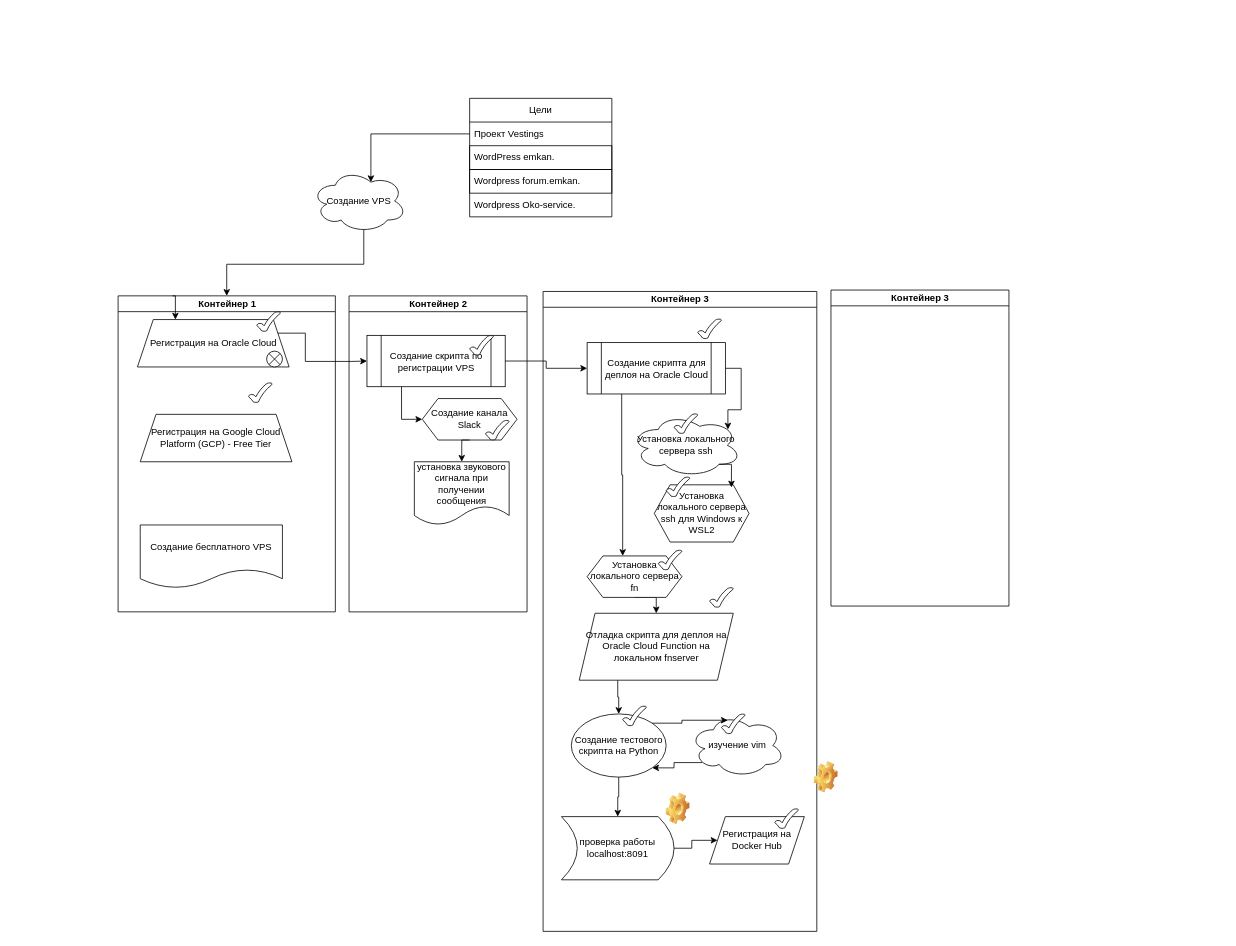
The draw.io diagram ЖИЦЗО_1.drawio in ElvenRivendil/Diagrams_blocks_algoritms, before the edit. Source tidied: cells renumbered, new cells numbered last; positions are measured from the earlier drawing's top-left corner, leaving out a move shared by most shapes. Both pictures are drawn from the tidied source at 79%, with x=0, y=0 at pixel (68, 98).
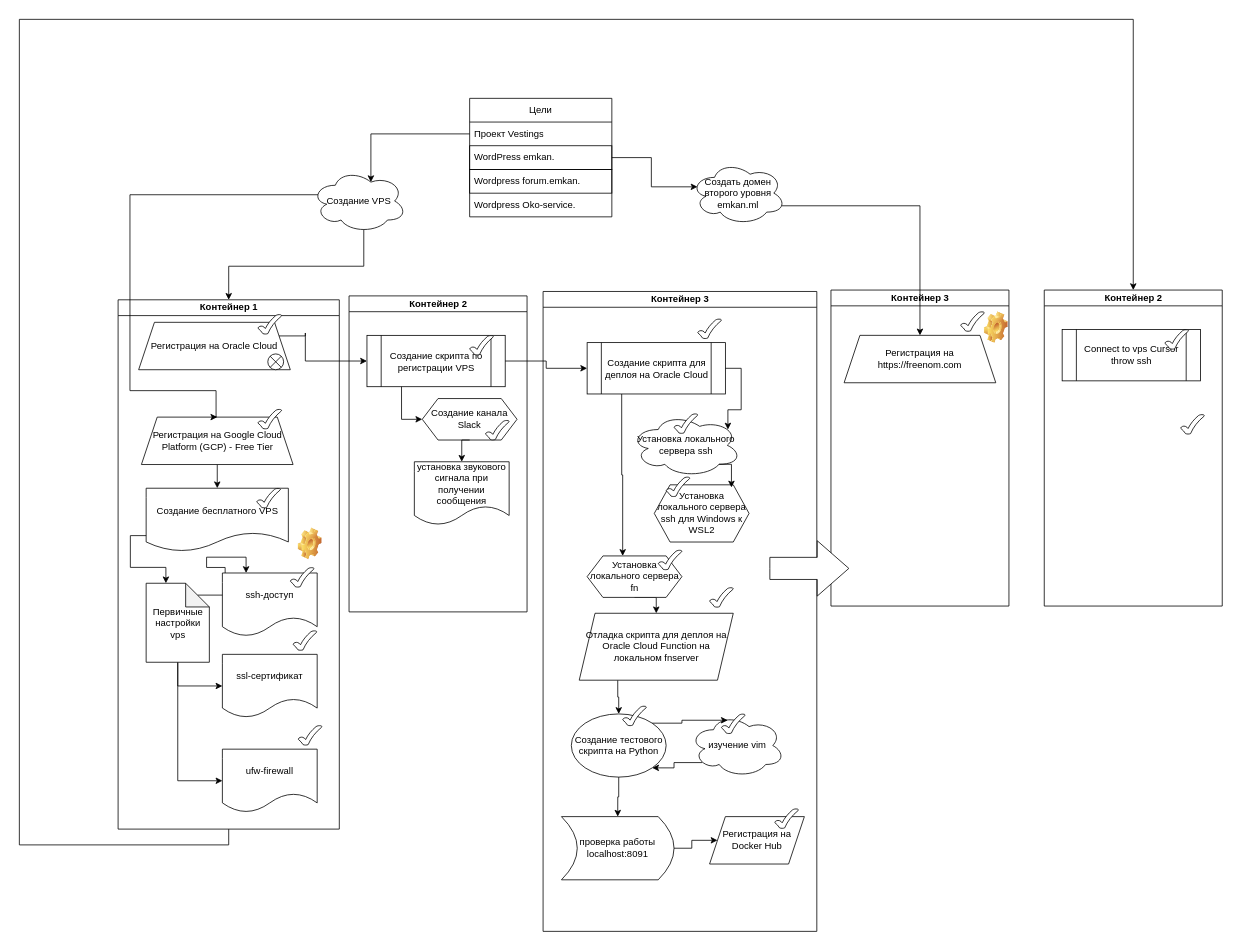
The same page after the edit.

Unchanged cells that the change refers to:
```xml
<mxCell id="19" value="Создание VPS" style="ellipse;shape=cloud;whiteSpace=wrap;html=1;" parent="1" vertex="1">
  <mxGeometry x="308" y="90" width="120" height="80" as="geometry" />
</mxCell>
<mxCell id="22" value="WordPress emkan." style="text;strokeColor=default;fillColor=none;align=left;verticalAlign=middle;spacingLeft=4;spacingRight=4;overflow=hidden;points=[[0,0.5],[1,0.5]];portConstraint=eastwest;whiteSpace=wrap;html=1;" parent="20" vertex="1">
  <mxGeometry y="60" width="180" height="30" as="geometry" />
</mxCell>
<mxCell id="27" value="&lt;div&gt;Контейнер 3&lt;/div&gt;" style="swimlane;html=1;startSize=20;horizontal=0;rotation=90;" parent="1" vertex="1">
  <mxGeometry x="369.2" y="476.2" width="810" height="346.5" as="geometry" />
</mxCell>
<mxCell id="56" value="&lt;div&gt;Контейнер 3&lt;/div&gt;" style="swimlane;html=1;startSize=20;horizontal=0;rotation=90;" parent="1" vertex="1">
  <mxGeometry x="878" y="330" width="400" height="225.3" as="geometry" />
</mxCell>
```

Change to the diagram source:
```diff
@@
+    <mxCell id="58" style="edgeStyle=orthogonalEdgeStyle;rounded=0;jettySize=auto;html=1;exitX=1;exitY=0.5;exitDx=0;exitDy=0;entryX=0;entryY=0.5;entryDx=0;entryDy=0;" parent="1" edge="1" source="2" target="78">
+      <mxGeometry relative="1" as="geometry">
+        <Array as="points">
+          <mxPoint x="203" y="945" />
+          <mxPoint x="-62" y="945" />
+          <mxPoint x="-62" y="-100" />
+          <mxPoint x="1348" y="-100" />
+        </Array>
+      </mxGeometry>
+    </mxCell>
     <mxCell id="2" value="Контейнер 1" style="swimlane;html=1;startSize=20;horizontal=0;rotation=90;flipV=0;flipH=0;" parent="1" vertex="1">
-      <mxGeometry x="0.5" y="312.5" width="400" height="275" as="geometry" />
+      <mxGeometry x="-132" y="450" width="670" height="280" as="geometry" />
     </mxCell>
     <mxCell id="3" value="Регистрация на Oracle Cloud" style="shape=trapezoid;perimeter=trapezoidPerimeter;whiteSpace=wrap;html=1;fixedSize=1;" parent="2" vertex="1">
-      <mxGeometry x="87" y="-32.5" width="192" height="60" as="geometry" />
+      <mxGeometry x="221" y="-166.5" width="192" height="60" as="geometry" />
     </mxCell>
     <mxCell id="4" style="verticalLabelPosition=bottom;verticalAlign=top;html=1;shape=mxgraph.basic.tick;" parent="2" vertex="1">
-      <mxGeometry x="238" y="-42.5" width="30" height="25" as="geometry" />
+      <mxGeometry x="372" y="-176.5" width="30" height="25" as="geometry" />
     </mxCell>
     <mxCell id="5" value="&lt;div&gt;Создание бесплатного VPS&lt;/div&gt;" style="shape=document;whiteSpace=wrap;html=1;boundedLbl=1;" parent="2" vertex="1">
-      <mxGeometry x="90.5" y="227.5" width="180" height="80" as="geometry" />
+      <mxGeometry x="230.5" y="43.5" width="180" height="80" as="geometry" />
     </mxCell>
-    <mxCell id="6" style="verticalLabelPosition=bottom;verticalAlign=top;html=1;shape=mxgraph.basic.tick;" parent="2" vertex="1">
-      <mxGeometry x="227.5" y="47.5" width="30" height="25" as="geometry" />
-    </mxCell>
-    <mxCell id="7" style="edgeStyle=orthogonalEdgeStyle;rounded=0;jettySize=auto;html=1;exitX=0;exitY=0.75;exitDx=0;exitDy=0;entryX=0.25;entryY=0;entryDx=0;entryDy=0;" parent="2" edge="1" source="2" target="3">
-      <mxGeometry relative="1" as="geometry" />
-    </mxCell>
+    <mxCell id="59" style="edgeStyle=orthogonalEdgeStyle;rounded=0;jettySize=auto;html=1;exitX=0.5;exitY=1;exitDx=0;exitDy=0;entryX=0.5;entryY=0;entryDx=0;entryDy=0;" parent="2" edge="1" source="8" target="5">
+      <mxGeometry relative="1" as="geometry" />
+    </mxCell>
     <mxCell id="8" value="Регистрация на Google Cloud Platform (GCP) - Free Tier" style="shape=trapezoid;perimeter=trapezoidPerimeter;whiteSpace=wrap;html=1;fixedSize=1;" parent="2" vertex="1">
-      <mxGeometry x="90.5" y="87.5" width="192" height="60" as="geometry" />
+      <mxGeometry x="224.5" y="-46.5" width="192" height="60" as="geometry" />
     </mxCell>
     <mxCell id="9" style="shape=sumEllipse;perimeter=ellipsePerimeter;whiteSpace=wrap;html=1;backgroundOutline=1;" parent="2" vertex="1">
-      <mxGeometry x="250.5" y="7.5" width="20" height="20" as="geometry" />
+      <mxGeometry x="384.5" y="-126.5" width="20" height="20" as="geometry" />
     </mxCell>
+    <mxCell id="6" style="verticalLabelPosition=bottom;verticalAlign=top;html=1;shape=mxgraph.basic.tick;" parent="2" vertex="1">
+      <mxGeometry x="372" y="-56.5" width="30" height="25" as="geometry" />
+    </mxCell>
+    <mxCell id="60" style="edgeStyle=orthogonalEdgeStyle;rounded=0;jettySize=auto;html=1;exitX=0;exitY=0;exitDx=65;exitDy=15;exitPerimeter=0;entryX=0.25;entryY=0;entryDx=0;entryDy=0;" parent="2" edge="1" source="63" target="64">
+      <mxGeometry relative="1" as="geometry" />
+    </mxCell>
+    <mxCell id="61" style="edgeStyle=orthogonalEdgeStyle;rounded=0;jettySize=auto;html=1;exitX=0.5;exitY=1;exitDx=0;exitDy=0;exitPerimeter=0;entryX=0;entryY=0.5;entryDx=0;entryDy=0;" parent="2" edge="1" source="63" target="65">
+      <mxGeometry relative="1" as="geometry" />
+    </mxCell>
+    <mxCell id="62" style="edgeStyle=orthogonalEdgeStyle;rounded=0;jettySize=auto;html=1;exitX=0.5;exitY=1;exitDx=0;exitDy=0;exitPerimeter=0;entryX=0;entryY=0.5;entryDx=0;entryDy=0;" parent="2" edge="1" source="63" target="66">
+      <mxGeometry relative="1" as="geometry" />
+    </mxCell>
+    <mxCell id="63" value="Первичные настройки vps" style="shape=note;whiteSpace=wrap;html=1;backgroundOutline=1;darkOpacity=0.05;" parent="2" vertex="1">
+      <mxGeometry x="230.5" y="163.8" width="80" height="100" as="geometry" />
+    </mxCell>
+    <mxCell id="64" value="ssh-доступ" style="shape=document;whiteSpace=wrap;html=1;boundedLbl=1;" parent="2" vertex="1">
+      <mxGeometry x="327" y="150.8" width="120" height="80" as="geometry" />
+    </mxCell>
+    <mxCell id="65" value="ssl-сертификат" style="shape=document;whiteSpace=wrap;html=1;boundedLbl=1;" parent="2" vertex="1">
+      <mxGeometry x="327" y="253.8" width="120" height="80" as="geometry" />
+    </mxCell>
+    <mxCell id="66" value="ufw-firewall" style="shape=document;whiteSpace=wrap;html=1;boundedLbl=1;" parent="2" vertex="1">
+      <mxGeometry x="327" y="373.8" width="120" height="80" as="geometry" />
+    </mxCell>
+    <mxCell id="67" style="edgeStyle=orthogonalEdgeStyle;rounded=0;jettySize=auto;html=1;exitX=0;exitY=0.75;exitDx=0;exitDy=0;entryX=0;entryY=0;entryDx=25;entryDy=0;entryPerimeter=0;" parent="2" edge="1" source="5" target="63">
+      <mxGeometry relative="1" as="geometry" />
+    </mxCell>
+    <mxCell id="68" style="verticalLabelPosition=bottom;verticalAlign=top;html=1;shape=mxgraph.basic.tick;" parent="2" vertex="1">
+      <mxGeometry x="370.5" y="43.5" width="30" height="25" as="geometry" />
+    </mxCell>
+    <mxCell id="69" style="verticalLabelPosition=bottom;verticalAlign=top;html=1;shape=mxgraph.basic.tick;" parent="2" vertex="1">
+      <mxGeometry x="413" y="143.8" width="30" height="25" as="geometry" />
+    </mxCell>
+    <mxCell id="70" style="verticalLabelPosition=bottom;verticalAlign=top;html=1;shape=mxgraph.basic.tick;" parent="2" vertex="1">
+      <mxGeometry x="416.5" y="223.8" width="30" height="25" as="geometry" />
+    </mxCell>
+    <mxCell id="71" style="verticalLabelPosition=bottom;verticalAlign=top;html=1;shape=mxgraph.basic.tick;" parent="2" vertex="1">
+      <mxGeometry x="423" y="343.8" width="30" height="25" as="geometry" />
+    </mxCell>
+    <mxCell id="45" style="shape=image;html=1;verticalLabelPosition=bottom;verticalAlign=top;imageAspect=0;image=img/clipart/Gear_128x128.png;" parent="2" vertex="1">
+      <mxGeometry x="423" y="93.8" width="30" height="40" as="geometry" />
+    </mxCell>
@@
+    <mxCell id="72" style="edgeStyle=orthogonalEdgeStyle;rounded=0;jettySize=auto;html=1;exitX=0.07;exitY=0.4;exitDx=0;exitDy=0;exitPerimeter=0;entryX=0.5;entryY=0;entryDx=0;entryDy=0;" parent="1" edge="1" source="19" target="8">
+      <mxGeometry relative="1" as="geometry">
+        <Array as="points">
+          <mxPoint x="78" y="122" />
+          <mxPoint x="78" y="370" />
+          <mxPoint x="187" y="370" />
+        </Array>
+      </mxGeometry>
+    </mxCell>
@@
-    <mxCell id="45" style="shape=image;html=1;verticalLabelPosition=bottom;verticalAlign=top;imageAspect=0;image=img/clipart/Gear_128x128.png;" parent="27" vertex="1">
-      <mxGeometry x="575" y="363" width="30" height="40" as="geometry" />
-    </mxCell>
@@
-    <mxCell id="54" style="shape=image;html=1;verticalLabelPosition=bottom;verticalAlign=top;imageAspect=0;image=img/clipart/Gear_128x128.png;" parent="27" vertex="1">
-      <mxGeometry x="387.5" y="403" width="30" height="40" as="geometry" />
-    </mxCell>
@@
+    <mxCell id="73" value="Регистрация на https://freenom.com" style="shape=trapezoid;perimeter=trapezoidPerimeter;whiteSpace=wrap;html=1;fixedSize=1;" parent="56" vertex="1">
+      <mxGeometry x="104" y="-30" width="192" height="60" as="geometry" />
+    </mxCell>
+    <mxCell id="74" style="verticalLabelPosition=bottom;verticalAlign=top;html=1;shape=mxgraph.basic.tick;" parent="56" vertex="1">
+      <mxGeometry x="251.5" y="-60" width="30" height="25" as="geometry" />
+    </mxCell>
+    <mxCell id="54" style="shape=image;html=1;verticalLabelPosition=bottom;verticalAlign=top;imageAspect=0;image=img/clipart/Gear_128x128.png;" parent="56" vertex="1">
+      <mxGeometry x="281.5" y="-60" width="30" height="40" as="geometry" />
+    </mxCell>
@@
+    <mxCell id="75" style="edgeStyle=orthogonalEdgeStyle;rounded=0;jettySize=auto;html=1;exitX=0.96;exitY=0.7;exitDx=0;exitDy=0;exitPerimeter=0;" parent="1" edge="1" source="76" target="73">
+      <mxGeometry relative="1" as="geometry" />
+    </mxCell>
+    <mxCell id="76" value="Создать домен второго уровня emkan.ml" style="ellipse;shape=cloud;whiteSpace=wrap;html=1;" parent="1" vertex="1">
+      <mxGeometry x="788" y="80" width="120" height="80" as="geometry" />
+    </mxCell>
+    <mxCell id="77" style="edgeStyle=orthogonalEdgeStyle;rounded=0;jettySize=auto;html=1;exitX=1;exitY=0.5;exitDx=0;exitDy=0;entryX=0.07;entryY=0.4;entryDx=0;entryDy=0;entryPerimeter=0;" parent="1" edge="1" source="22" target="76">
+      <mxGeometry relative="1" as="geometry" />
+    </mxCell>
+    <mxCell id="78" value="&lt;div&gt;Контейнер 2&lt;/div&gt;" style="swimlane;html=1;startSize=20;horizontal=0;rotation=90;" parent="1" vertex="1">
+      <mxGeometry x="1148" y="330" width="400" height="225.3" as="geometry" />
+    </mxCell>
+    <mxCell id="79" value="Connect to vps Cursor throw ssh" style="shape=process;whiteSpace=wrap;html=1;backgroundOutline=1;" parent="78" vertex="1">
+      <mxGeometry x="110" y="-37.4" width="175" height="65" as="geometry" />
+    </mxCell>
+    <mxCell id="80" style="verticalLabelPosition=bottom;verticalAlign=top;html=1;shape=mxgraph.basic.tick;" parent="78" vertex="1">
+      <mxGeometry x="240" y="-37.4" width="30" height="25" as="geometry" />
+    </mxCell>
+    <mxCell id="81" style="verticalLabelPosition=bottom;verticalAlign=top;html=1;shape=mxgraph.basic.tick;" parent="78" vertex="1">
+      <mxGeometry x="260" y="70.1" width="30" height="25" as="geometry" />
+    </mxCell>
+    <mxCell id="82" style="html=1;shadow=0;dashed=0;align=center;verticalAlign=middle;shape=mxgraph.arrows2.arrow;dy=0.6;dx=40;notch=0;" parent="1" vertex="1">
+      <mxGeometry x="888" y="560" width="100" height="70" as="geometry" />
+    </mxCell>
```
